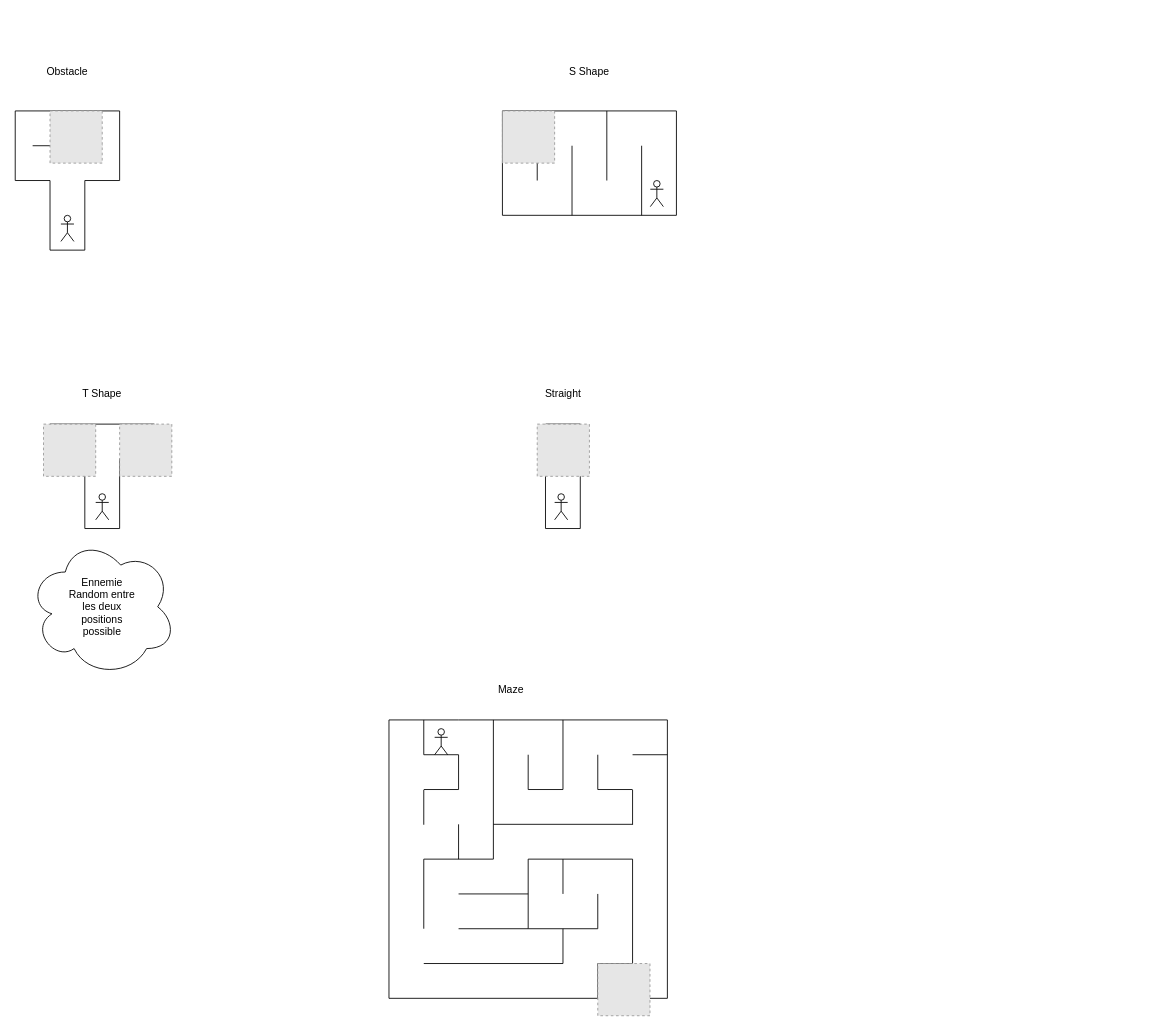
Earlier version of the draw.io diagram Task/LevelDesign.drawio (jimmyetlim/MTI860_VR_Multi_Controller). Source tidied: cells renumbered, new cells numbered last; positions are measured from the earlier drawing's top-left corner, leaving out a move shared by most shapes. Both pictures are drawn from the tidied source at 87%, with x=0, y=0 at pixel (15, 58). Pictures stored in the file or linked from it are replaced by grey dashed boxes.
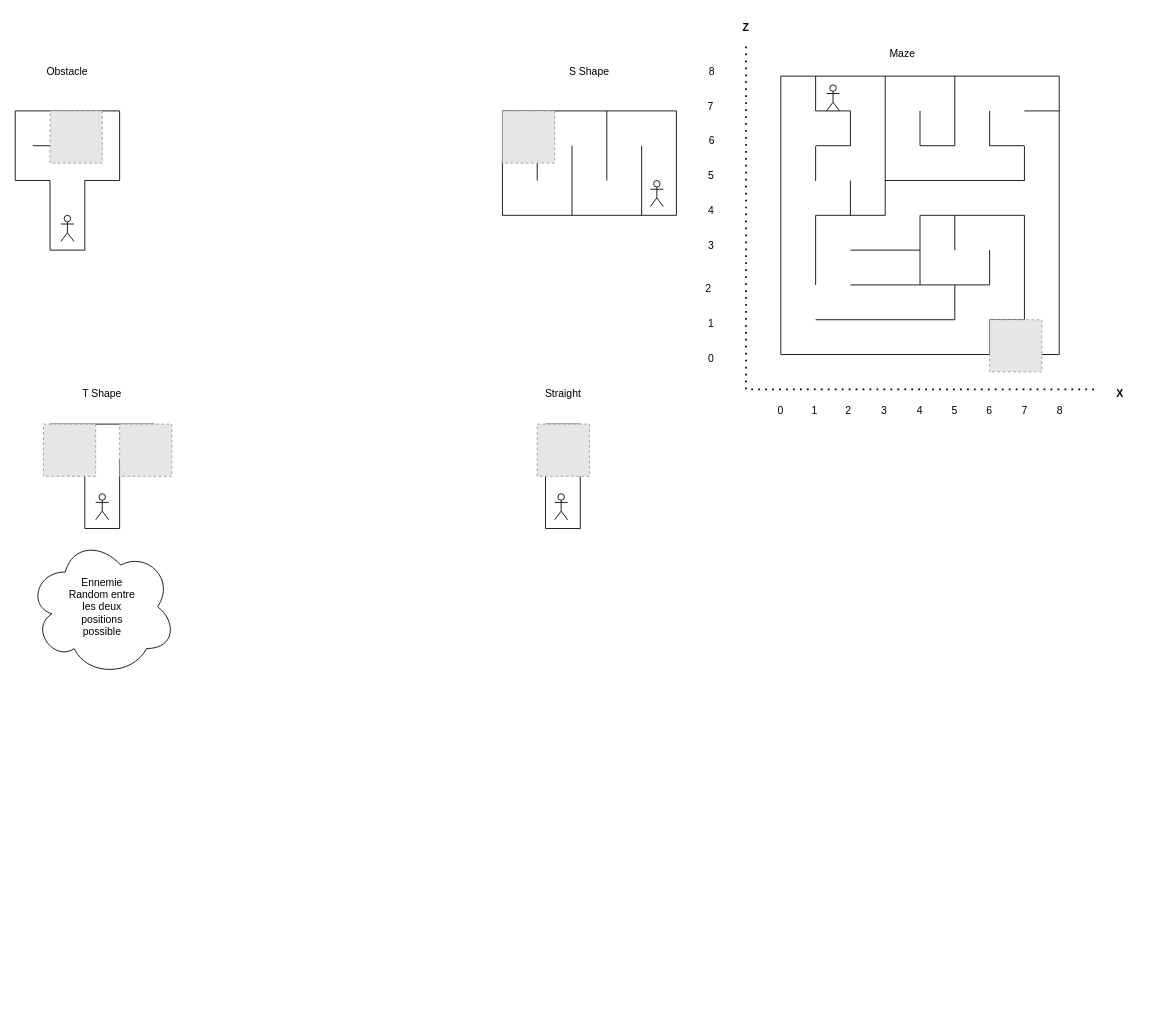
The same page after the edit.

Change to the diagram source:
```diff
@@
     <mxCell id="46" style="endArrow=none;html=1;rounded=0;" parent="1" edge="1">
       <mxGeometry relative="1" as="geometry">
-        <mxPoint x="429.6" y="1080" as="sourcePoint" />
-        <mxPoint x="429.6" y="760" as="targetPoint" />
+        <mxPoint x="880" y="340" as="sourcePoint" />
+        <mxPoint x="880" y="20" as="targetPoint" />
       </mxGeometry>
     </mxCell>
     <mxCell id="47" style="endArrow=none;html=1;rounded=0;" parent="1" edge="1">
       <mxGeometry relative="1" as="geometry">
-        <mxPoint x="749.6" y="1080" as="sourcePoint" />
-        <mxPoint x="749.6" y="760" as="targetPoint" />
+        <mxPoint x="1200" y="340" as="sourcePoint" />
+        <mxPoint x="1200" y="20" as="targetPoint" />
       </mxGeometry>
     </mxCell>
     <mxCell id="48" style="endArrow=none;html=1;rounded=0;" parent="1" edge="1">
       <mxGeometry relative="1" as="geometry">
-        <mxPoint x="669.6" y="1080" as="sourcePoint" />
-        <mxPoint x="429.6" y="1080" as="targetPoint" />
+        <mxPoint x="1120" y="340" as="sourcePoint" />
+        <mxPoint x="880" y="340" as="targetPoint" />
       </mxGeometry>
     </mxCell>
     <mxCell id="49" style="endArrow=none;html=1;rounded=0;" parent="1" edge="1">
       <mxGeometry relative="1" as="geometry">
-        <mxPoint x="509.6" y="760" as="sourcePoint" />
-        <mxPoint x="429.6" y="760" as="targetPoint" />
+        <mxPoint x="960" y="20" as="sourcePoint" />
+        <mxPoint x="880" y="20" as="targetPoint" />
       </mxGeometry>
     </mxCell>
     <mxCell id="50" style="endArrow=none;html=1;rounded=0;" parent="1" edge="1">
       <mxGeometry relative="1" as="geometry">
-        <mxPoint x="749.6" y="1080" as="sourcePoint" />
-        <mxPoint x="669.6" y="1080" as="targetPoint" />
+        <mxPoint x="1200" y="340" as="sourcePoint" />
+        <mxPoint x="1120" y="340" as="targetPoint" />
       </mxGeometry>
     </mxCell>
     <mxCell id="51" style="endArrow=none;html=1;rounded=0;" parent="1" edge="1">
       <mxGeometry relative="1" as="geometry">
-        <mxPoint x="749.6" y="760" as="sourcePoint" />
-        <mxPoint x="509.6" y="760" as="targetPoint" />
+        <mxPoint x="1200" y="20" as="sourcePoint" />
+        <mxPoint x="960" y="20" as="targetPoint" />
       </mxGeometry>
     </mxCell>
     <mxCell id="52" style="endArrow=none;html=1;rounded=0;" parent="1" edge="1">
       <mxGeometry relative="1" as="geometry">
-        <mxPoint x="549.6" y="920" as="sourcePoint" />
-        <mxPoint x="549.6" y="760" as="targetPoint" />
+        <mxPoint x="1000" y="180" as="sourcePoint" />
+        <mxPoint x="1000" y="20" as="targetPoint" />
       </mxGeometry>
     </mxCell>
     <mxCell id="53" style="endArrow=none;html=1;rounded=0;" parent="1" edge="1">
       <mxGeometry relative="1" as="geometry">
-        <mxPoint x="469.6" y="800" as="sourcePoint" />
-        <mxPoint x="469.6" y="760" as="targetPoint" />
+        <mxPoint x="920" y="60" as="sourcePoint" />
+        <mxPoint x="920" y="20" as="targetPoint" />
       </mxGeometry>
     </mxCell>
     <mxCell id="54" style="endArrow=none;html=1;rounded=0;" parent="1" edge="1">
       <mxGeometry relative="1" as="geometry">
-        <mxPoint x="509.6" y="840" as="sourcePoint" />
-        <mxPoint x="509.6" y="800" as="targetPoint" />
+        <mxPoint x="960" y="100" as="sourcePoint" />
+        <mxPoint x="960" y="60" as="targetPoint" />
       </mxGeometry>
     </mxCell>
     <mxCell id="55" style="endArrow=none;html=1;rounded=0;" parent="1" edge="1">
       <mxGeometry relative="1" as="geometry">
-        <mxPoint x="469.6" y="880.5" as="sourcePoint" />
-        <mxPoint x="469.6" y="840.5" as="targetPoint" />
+        <mxPoint x="920" y="140.5" as="sourcePoint" />
+        <mxPoint x="920" y="100.5" as="targetPoint" />
       </mxGeometry>
     </mxCell>
     <mxCell id="56" style="endArrow=none;html=1;rounded=0;" parent="1" edge="1">
       <mxGeometry relative="1" as="geometry">
-        <mxPoint x="509.6" y="920" as="sourcePoint" />
-        <mxPoint x="509.6" y="880" as="targetPoint" />
+        <mxPoint x="960" y="180" as="sourcePoint" />
+        <mxPoint x="960" y="140" as="targetPoint" />
       </mxGeometry>
     </mxCell>
     <mxCell id="57" style="endArrow=none;html=1;rounded=0;" parent="1" edge="1">
       <mxGeometry relative="1" as="geometry">
-        <mxPoint x="469.6" y="1000" as="sourcePoint" />
-        <mxPoint x="469.6" y="920" as="targetPoint" />
+        <mxPoint x="920" y="260" as="sourcePoint" />
+        <mxPoint x="920" y="180" as="targetPoint" />
       </mxGeometry>
     </mxCell>
     <mxCell id="58" style="endArrow=none;html=1;rounded=0;" parent="1" edge="1">
       <mxGeometry relative="1" as="geometry">
-        <mxPoint x="589.6" y="840" as="sourcePoint" />
-        <mxPoint x="589.6" y="800" as="targetPoint" />
+        <mxPoint x="1040" y="100" as="sourcePoint" />
+        <mxPoint x="1040" y="60" as="targetPoint" />
       </mxGeometry>
     </mxCell>
     <mxCell id="59" style="endArrow=none;html=1;rounded=0;" parent="1" edge="1">
       <mxGeometry relative="1" as="geometry">
-        <mxPoint x="629.6" y="840" as="sourcePoint" />
-        <mxPoint x="629.6" y="760" as="targetPoint" />
+        <mxPoint x="1080" y="100" as="sourcePoint" />
+        <mxPoint x="1080" y="20" as="targetPoint" />
       </mxGeometry>
     </mxCell>
     <mxCell id="60" style="endArrow=none;html=1;rounded=0;" parent="1" edge="1">
       <mxGeometry relative="1" as="geometry">
-        <mxPoint x="669.6" y="840" as="sourcePoint" />
-        <mxPoint x="669.6" y="800" as="targetPoint" />
+        <mxPoint x="1120" y="100" as="sourcePoint" />
+        <mxPoint x="1120" y="60" as="targetPoint" />
       </mxGeometry>
     </mxCell>
     <mxCell id="61" style="endArrow=none;html=1;rounded=0;" parent="1" edge="1">
       <mxGeometry relative="1" as="geometry">
-        <mxPoint x="709.6" y="880.5" as="sourcePoint" />
-        <mxPoint x="709.6" y="840.5" as="targetPoint" />
+        <mxPoint x="1160" y="140.5" as="sourcePoint" />
+        <mxPoint x="1160" y="100.5" as="targetPoint" />
       </mxGeometry>
     </mxCell>
     <mxCell id="62" style="endArrow=none;html=1;rounded=0;" parent="1" edge="1">
       <mxGeometry relative="1" as="geometry">
-        <mxPoint x="709.6" y="1040" as="sourcePoint" />
-        <mxPoint x="709.6" y="920" as="targetPoint" />
+        <mxPoint x="1160" y="300" as="sourcePoint" />
+        <mxPoint x="1160" y="180" as="targetPoint" />
       </mxGeometry>
     </mxCell>
     <mxCell id="63" style="endArrow=none;html=1;rounded=0;" parent="1" edge="1">
       <mxGeometry relative="1" as="geometry">
-        <mxPoint x="669.6" y="1000" as="sourcePoint" />
-        <mxPoint x="669.6" y="960" as="targetPoint" />
+        <mxPoint x="1120" y="260" as="sourcePoint" />
+        <mxPoint x="1120" y="220" as="targetPoint" />
       </mxGeometry>
     </mxCell>
     <mxCell id="64" style="endArrow=none;html=1;rounded=0;" parent="1" edge="1">
       <mxGeometry relative="1" as="geometry">
-        <mxPoint x="629.6" y="960" as="sourcePoint" />
-        <mxPoint x="629.6" y="920" as="targetPoint" />
+        <mxPoint x="1080" y="220" as="sourcePoint" />
+        <mxPoint x="1080" y="180" as="targetPoint" />
       </mxGeometry>
     </mxCell>
     <mxCell id="65" style="endArrow=none;html=1;rounded=0;" parent="1" edge="1">
       <mxGeometry relative="1" as="geometry">
-        <mxPoint x="589.6" y="1000" as="sourcePoint" />
-        <mxPoint x="589.6" y="920" as="targetPoint" />
+        <mxPoint x="1040" y="260" as="sourcePoint" />
+        <mxPoint x="1040" y="180" as="targetPoint" />
       </mxGeometry>
     </mxCell>
     <mxCell id="66" style="endArrow=none;html=1;rounded=0;" parent="1" edge="1">
       <mxGeometry relative="1" as="geometry">
-        <mxPoint x="669.6" y="1080" as="sourcePoint" />
-        <mxPoint x="669.6" y="1040" as="targetPoint" />
+        <mxPoint x="1120" y="340" as="sourcePoint" />
+        <mxPoint x="1120" y="300" as="targetPoint" />
       </mxGeometry>
     </mxCell>
     <mxCell id="67" style="endArrow=none;html=1;rounded=0;" parent="1" edge="1">
       <mxGeometry relative="1" as="geometry">
-        <mxPoint x="629.6" y="1040" as="sourcePoint" />
-        <mxPoint x="629.6" y="1000" as="targetPoint" />
+        <mxPoint x="1080" y="300" as="sourcePoint" />
+        <mxPoint x="1080" y="260" as="targetPoint" />
       </mxGeometry>
     </mxCell>
     <mxCell id="68" style="endArrow=none;html=1;rounded=0;" parent="1" edge="1">
       <mxGeometry relative="1" as="geometry">
-        <mxPoint x="509.6" y="800" as="sourcePoint" />
-        <mxPoint x="469.6" y="800" as="targetPoint" />
+        <mxPoint x="960" y="60" as="sourcePoint" />
+        <mxPoint x="920" y="60" as="targetPoint" />
       </mxGeometry>
     </mxCell>
     <mxCell id="69" style="endArrow=none;html=1;rounded=0;" parent="1" edge="1">
       <mxGeometry relative="1" as="geometry">
-        <mxPoint x="509.6" y="840" as="sourcePoint" />
-        <mxPoint x="469.6" y="840" as="targetPoint" />
+        <mxPoint x="960" y="100" as="sourcePoint" />
+        <mxPoint x="920" y="100" as="targetPoint" />
       </mxGeometry>
     </mxCell>
     <mxCell id="70" style="endArrow=none;html=1;rounded=0;" parent="1" edge="1">
       <mxGeometry relative="1" as="geometry">
-        <mxPoint x="549.6" y="920" as="sourcePoint" />
-        <mxPoint x="469.6" y="920" as="targetPoint" />
+        <mxPoint x="1000" y="180" as="sourcePoint" />
+        <mxPoint x="920" y="180" as="targetPoint" />
       </mxGeometry>
     </mxCell>
     <mxCell id="71" style="endArrow=none;html=1;rounded=0;" parent="1" edge="1">
       <mxGeometry relative="1" as="geometry">
-        <mxPoint x="589.6" y="960" as="sourcePoint" />
-        <mxPoint x="509.6" y="960" as="targetPoint" />
+        <mxPoint x="1040" y="220" as="sourcePoint" />
+        <mxPoint x="960" y="220" as="targetPoint" />
       </mxGeometry>
     </mxCell>
     <mxCell id="72" style="endArrow=none;html=1;rounded=0;" parent="1" edge="1">
       <mxGeometry relative="1" as="geometry">
-        <mxPoint x="589.6" y="1000" as="sourcePoint" />
-        <mxPoint x="509.6" y="1000" as="targetPoint" />
+        <mxPoint x="1040" y="260" as="sourcePoint" />
+        <mxPoint x="960" y="260" as="targetPoint" />
       </mxGeometry>
     </mxCell>
     <mxCell id="73" style="endArrow=none;html=1;rounded=0;" parent="1" edge="1">
       <mxGeometry relative="1" as="geometry">
-        <mxPoint x="629.6" y="1040" as="sourcePoint" />
-        <mxPoint x="469.6" y="1040" as="targetPoint" />
+        <mxPoint x="1080" y="300" as="sourcePoint" />
+        <mxPoint x="920" y="300" as="targetPoint" />
       </mxGeometry>
     </mxCell>
     <mxCell id="74" style="endArrow=none;html=1;rounded=0;" parent="1" edge="1">
       <mxGeometry relative="1" as="geometry">
-        <mxPoint x="629.6" y="1000" as="sourcePoint" />
-        <mxPoint x="589.6" y="1000" as="targetPoint" />
+        <mxPoint x="1080" y="260" as="sourcePoint" />
+        <mxPoint x="1040" y="260" as="targetPoint" />
       </mxGeometry>
     </mxCell>
     <mxCell id="75" style="endArrow=none;html=1;rounded=0;" parent="1" edge="1">
       <mxGeometry relative="1" as="geometry">
-        <mxPoint x="709.6" y="920" as="sourcePoint" />
-        <mxPoint x="589.6" y="920" as="targetPoint" />
+        <mxPoint x="1160" y="180" as="sourcePoint" />
+        <mxPoint x="1040" y="180" as="targetPoint" />
       </mxGeometry>
     </mxCell>
     <mxCell id="76" style="endArrow=none;html=1;rounded=0;" parent="1" edge="1">
       <mxGeometry relative="1" as="geometry">
-        <mxPoint x="669.6" y="1000" as="sourcePoint" />
-        <mxPoint x="629.6" y="1000" as="targetPoint" />
+        <mxPoint x="1120" y="260" as="sourcePoint" />
+        <mxPoint x="1080" y="260" as="targetPoint" />
       </mxGeometry>
     </mxCell>
     <mxCell id="77" style="endArrow=none;html=1;rounded=0;" parent="1" edge="1">
       <mxGeometry relative="1" as="geometry">
-        <mxPoint x="709.6" y="1040" as="sourcePoint" />
-        <mxPoint x="669.6" y="1040" as="targetPoint" />
+        <mxPoint x="1160" y="300" as="sourcePoint" />
+        <mxPoint x="1120" y="300" as="targetPoint" />
       </mxGeometry>
     </mxCell>
     <mxCell id="78" style="endArrow=none;html=1;rounded=0;" parent="1" edge="1">
       <mxGeometry relative="1" as="geometry">
-        <mxPoint x="709.6" y="880" as="sourcePoint" />
-        <mxPoint x="549.6" y="880" as="targetPoint" />
+        <mxPoint x="1160" y="140" as="sourcePoint" />
+        <mxPoint x="1000" y="140" as="targetPoint" />
       </mxGeometry>
     </mxCell>
     <mxCell id="79" style="endArrow=none;html=1;rounded=0;" parent="1" edge="1">
       <mxGeometry relative="1" as="geometry">
-        <mxPoint x="629.6" y="840" as="sourcePoint" />
-        <mxPoint x="589.6" y="840" as="targetPoint" />
+        <mxPoint x="1080" y="100" as="sourcePoint" />
+        <mxPoint x="1040" y="100" as="targetPoint" />
       </mxGeometry>
     </mxCell>
     <mxCell id="80" style="endArrow=none;html=1;rounded=0;" parent="1" edge="1">
       <mxGeometry relative="1" as="geometry">
-        <mxPoint x="709.6" y="840" as="sourcePoint" />
-        <mxPoint x="669.6" y="840" as="targetPoint" />
+        <mxPoint x="1160" y="100" as="sourcePoint" />
+        <mxPoint x="1120" y="100" as="targetPoint" />
       </mxGeometry>
     </mxCell>
     <mxCell id="81" style="endArrow=none;html=1;rounded=0;" parent="1" edge="1">
       <mxGeometry relative="1" as="geometry">
-        <mxPoint x="749.6" y="800" as="sourcePoint" />
-        <mxPoint x="709.6" y="800" as="targetPoint" />
+        <mxPoint x="1200" y="60" as="sourcePoint" />
+        <mxPoint x="1160" y="60" as="targetPoint" />
       </mxGeometry>
     </mxCell>
     <mxCell id="82" style="fillColor=#E6E6E6;strokeColor=#999999;dashed=1;verticalLabelPosition=bottom;labelBackgroundColor=#ffffff;verticalAlign=top;" parent="1" vertex="1">
-      <mxGeometry x="669.6" y="1040" width="60" height="60" as="geometry" />
+      <mxGeometry x="1120" y="300" width="60" height="60" as="geometry" />
     </mxCell>
     <mxCell id="83" style="shape=umlActor;verticalLabelPosition=bottom;verticalAlign=top;html=1;" parent="1" vertex="1">
-      <mxGeometry x="482.1" y="770" width="15" height="30" as="geometry" />
+      <mxGeometry x="932.5" y="30" width="15" height="30" as="geometry" />
     </mxCell>
     <mxCell id="84" value="Maze" style="text;html=1;strokeColor=none;fillColor=none;align=center;verticalAlign=middle;whiteSpace=wrap;rounded=0;" parent="1" vertex="1">
-      <mxGeometry x="540" y="710" width="60" height="30" as="geometry" />
+      <mxGeometry x="990.4" y="-20" width="60" height="30" as="geometry" />
     </mxCell>
+    <mxCell id="85" style="endArrow=none;dashed=1;html=1;dashPattern=1 3;strokeWidth=2;rounded=0;" parent="1" edge="1">
+      <mxGeometry relative="1" as="geometry">
+        <mxPoint x="840" y="380" as="sourcePoint" />
+        <mxPoint x="840" y="-20" as="targetPoint" />
+      </mxGeometry>
+    </mxCell>
+    <mxCell id="86" style="endArrow=none;dashed=1;html=1;dashPattern=1 3;strokeWidth=2;rounded=0;" parent="1" edge="1">
+      <mxGeometry relative="1" as="geometry">
+        <mxPoint x="1240" y="380" as="sourcePoint" />
+        <mxPoint x="840" y="380" as="targetPoint" />
+      </mxGeometry>
+    </mxCell>
+    <mxCell id="87" value="&lt;b&gt;Z&lt;br&gt;&lt;/b&gt;" style="text;html=1;strokeColor=none;fillColor=none;align=center;verticalAlign=middle;whiteSpace=wrap;rounded=0;" parent="1" vertex="1">
+      <mxGeometry x="810" y="-50" width="60" height="30" as="geometry" />
+    </mxCell>
+    <mxCell id="88" value="&lt;b&gt;X&lt;/b&gt;" style="text;html=1;strokeColor=none;fillColor=none;align=center;verticalAlign=middle;whiteSpace=wrap;rounded=0;" parent="1" vertex="1">
+      <mxGeometry x="1240" y="370" width="60" height="30" as="geometry" />
+    </mxCell>
+    <mxCell id="89" value="0" style="text;html=1;strokeColor=none;fillColor=none;align=center;verticalAlign=middle;whiteSpace=wrap;rounded=0;" parent="1" vertex="1">
+      <mxGeometry x="870" y="390" width="20" height="30" as="geometry" />
+    </mxCell>
+    <mxCell id="90" value="1" style="text;html=1;strokeColor=none;fillColor=none;align=center;verticalAlign=middle;whiteSpace=wrap;rounded=0;" parent="1" vertex="1">
+      <mxGeometry x="910" y="390" width="17.5" height="30" as="geometry" />
+    </mxCell>
+    <mxCell id="91" value="2" style="text;html=1;strokeColor=none;fillColor=none;align=center;verticalAlign=middle;whiteSpace=wrap;rounded=0;" parent="1" vertex="1">
+      <mxGeometry x="947.5" y="390" width="20" height="30" as="geometry" />
+    </mxCell>
+    <mxCell id="92" value="4" style="text;html=1;strokeColor=none;fillColor=none;align=center;verticalAlign=middle;whiteSpace=wrap;rounded=0;" parent="1" vertex="1">
+      <mxGeometry x="1030.4" y="390" width="20" height="30" as="geometry" />
+    </mxCell>
+    <mxCell id="93" value="6" style="text;html=1;strokeColor=none;fillColor=none;align=center;verticalAlign=middle;whiteSpace=wrap;rounded=0;" parent="1" vertex="1">
+      <mxGeometry x="1110" y="390" width="19.6" height="30" as="geometry" />
+    </mxCell>
+    <mxCell id="94" value="8" style="text;html=1;strokeColor=none;fillColor=none;align=center;verticalAlign=middle;whiteSpace=wrap;rounded=0;" parent="1" vertex="1">
+      <mxGeometry x="1191" y="390" width="20" height="30" as="geometry" />
+    </mxCell>
+    <mxCell id="95" value="7" style="text;html=1;strokeColor=none;fillColor=none;align=center;verticalAlign=middle;whiteSpace=wrap;rounded=0;" parent="1" vertex="1">
+      <mxGeometry x="1150" y="390" width="21" height="30" as="geometry" />
+    </mxCell>
+    <mxCell id="96" value="5" style="text;html=1;strokeColor=none;fillColor=none;align=center;verticalAlign=middle;whiteSpace=wrap;rounded=0;" parent="1" vertex="1">
+      <mxGeometry x="1070" y="390" width="19.6" height="30" as="geometry" />
+    </mxCell>
+    <mxCell id="97" value="3" style="text;html=1;strokeColor=none;fillColor=none;align=center;verticalAlign=middle;whiteSpace=wrap;rounded=0;" parent="1" vertex="1">
+      <mxGeometry x="990.4" y="390" width="17.5" height="30" as="geometry" />
+    </mxCell>
+    <mxCell id="98" value="0" style="text;html=1;strokeColor=none;fillColor=none;align=center;verticalAlign=middle;whiteSpace=wrap;rounded=0;" parent="1" vertex="1">
+      <mxGeometry x="790" y="330" width="20" height="30" as="geometry" />
+    </mxCell>
+    <mxCell id="99" value="1" style="text;html=1;strokeColor=none;fillColor=none;align=center;verticalAlign=middle;whiteSpace=wrap;rounded=0;" parent="1" vertex="1">
+      <mxGeometry x="791.2" y="290" width="17.5" height="30" as="geometry" />
+    </mxCell>
+    <mxCell id="100" value="2" style="text;html=1;strokeColor=none;fillColor=none;align=center;verticalAlign=middle;whiteSpace=wrap;rounded=0;" parent="1" vertex="1">
+      <mxGeometry x="787" y="250" width="20" height="30" as="geometry" />
+    </mxCell>
+    <mxCell id="101" value="4" style="text;html=1;strokeColor=none;fillColor=none;align=center;verticalAlign=middle;whiteSpace=wrap;rounded=0;" parent="1" vertex="1">
+      <mxGeometry x="790" y="160" width="20" height="30" as="geometry" />
+    </mxCell>
+    <mxCell id="102" value="6" style="text;html=1;strokeColor=none;fillColor=none;align=center;verticalAlign=middle;whiteSpace=wrap;rounded=0;" parent="1" vertex="1">
+      <mxGeometry x="791.2" y="80" width="19.6" height="30" as="geometry" />
+    </mxCell>
+    <mxCell id="103" value="8" style="text;html=1;strokeColor=none;fillColor=none;align=center;verticalAlign=middle;whiteSpace=wrap;rounded=0;" parent="1" vertex="1">
+      <mxGeometry x="791.2" width="20" height="30" as="geometry" />
+    </mxCell>
+    <mxCell id="104" value="7" style="text;html=1;strokeColor=none;fillColor=none;align=center;verticalAlign=middle;whiteSpace=wrap;rounded=0;" parent="1" vertex="1">
+      <mxGeometry x="789" y="40" width="21" height="30" as="geometry" />
+    </mxCell>
+    <mxCell id="105" value="5" style="text;html=1;strokeColor=none;fillColor=none;align=center;verticalAlign=middle;whiteSpace=wrap;rounded=0;" parent="1" vertex="1">
+      <mxGeometry x="790.2" y="120" width="19.6" height="30" as="geometry" />
+    </mxCell>
+    <mxCell id="106" value="3" style="text;html=1;strokeColor=none;fillColor=none;align=center;verticalAlign=middle;whiteSpace=wrap;rounded=0;" parent="1" vertex="1">
+      <mxGeometry x="791.3" y="200" width="17.5" height="30" as="geometry" />
+    </mxCell>
```
